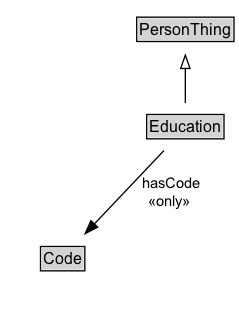
Before: docs/diagrams/Education.dot.png, a diagram exported from Graphviz (ISO-TC204/ontology-cdm-p2-v1). Its source is kept beside it as docs/diagrams/Education.dot.
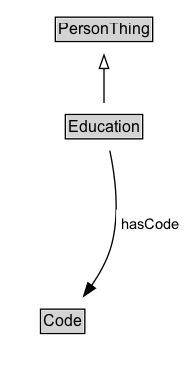
After the commit.

What changed in the source:
```diff
@@ -3,18 +3,21 @@
 	node [fontname=Arial fontsize=12 margin=0 shape=none]
 	edge [fontname=Arial fontsize=11]
 	{
+		rank=source
+		PersonThing [label=<<TABLE BORDER="1" CELLBORDER="0" CELLSPACING="0" CELLPADDING="1"><TR><TD BGCOLOR="lightgray" ALIGN="CENTER">PersonThing</TD></TR></TABLE>> URL="../PersonThing" margin=0]
+	}
+	Education [label=<<TABLE BORDER="1" CELLBORDER="0" CELLSPACING="0" CELLPADDING="1"><TR><TD BGCOLOR="lightgray" ALIGN="CENTER">Education</TD></TR></TABLE>> URL="../Education" margin=0]
+	{
 		rank=max
-		Education [label=<<TABLE BORDER="1" CELLBORDER="0" CELLSPACING="0" CELLPADDING="1"><TR><TD BGCOLOR="lightgray" ALIGN="CENTER" PORT="e">Education</TD></TR></TABLE>> URL="../Education.md" margin=0]
 	}
 	subgraph cluster_associated {
 		label="" style=invis
 		Invis [label=<<TABLE BORDER="0" CELLBORDER="0" CELLSPACING="0" CELLPADDING="1"><TR><TD></TD></TR></TABLE>> margin=0 style=invis]
-		Code [label=<<TABLE BORDER="1" CELLBORDER="0" CELLSPACING="0" CELLPADDING="1"><TR><TD BGCOLOR="lightgray" ALIGN="CENTER">Code</TD></TR></TABLE>> URL="../Code.md" margin=0]
+		Code [label=<<TABLE BORDER="1" CELLBORDER="0" CELLSPACING="0" CELLPADDING="1"><TR><TD BGCOLOR="lightgray" ALIGN="CENTER">Code</TD></TR></TABLE>> URL="../Code" margin=0]
 	}
-	PersonThing [label=<<TABLE BORDER="1" CELLBORDER="0" CELLSPACING="0" CELLPADDING="1"><TR><TD BGCOLOR="lightgray" ALIGN="CENTER">PersonThing</TD></TR></TABLE>> URL="../PersonThing.md" margin=0]
 	Education -> PersonThing [arrowhead=onormal style=solid]
 	Education -> Invis [style=invis]
 	Invis -> Code [style=invis]
-	Education -> Code [label=" hasCode
- «only»  " arrowhead=normal style=solid]
+	Code [label=<<TABLE BORDER="1" CELLBORDER="0" CELLSPACING="0" CELLPADDING="1"><TR><TD BGCOLOR="lightgray" ALIGN="CENTER">Code</TD></TR></TABLE>> URL="../Code" margin=0]
+	Education -> Code [label=<<TABLE BORDER="0" CELLBORDER="0" CELLSPACING="0" CELLPADDING="4" BGCOLOR="white"><TR><TD ALIGN="CENTER">hasCode</TD></TR></TABLE>> arrowhead=normal style=solid]
 }
```
